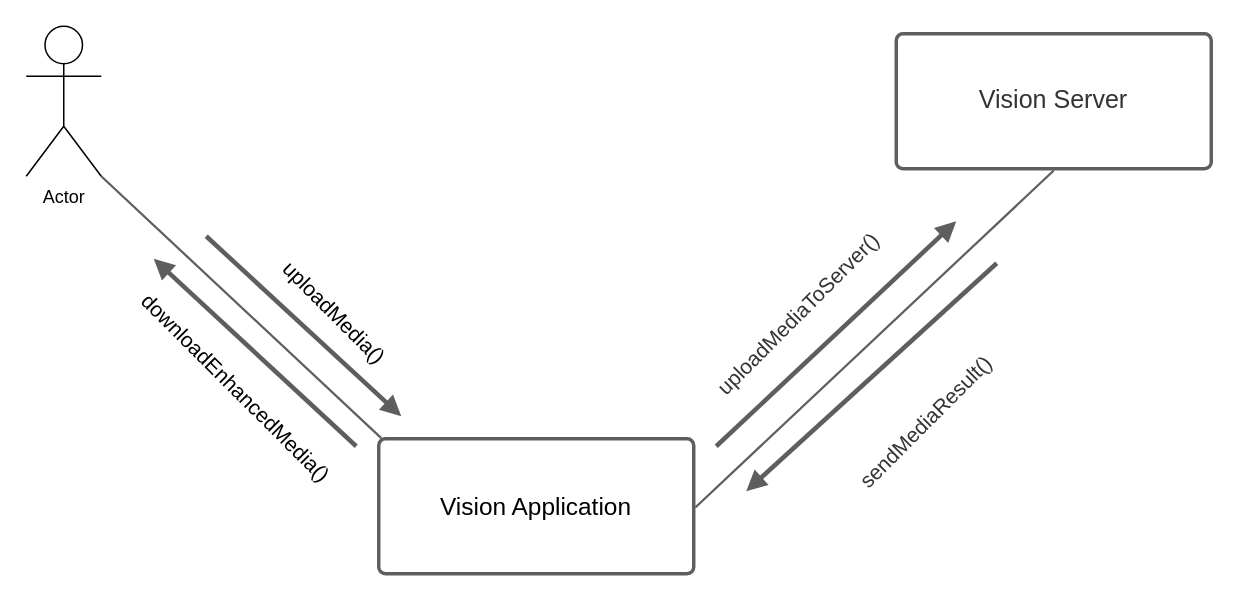
Before: Models/drawing/CommunicationDiagram.drawio in MrMoon/Vision, a draw.io diagram. Source tidied: cells renumbered, new cells numbered last; positions are measured from the earlier drawing's top-left corner, leaving out a move shared by most shapes. Both pictures are drawn from the tidied source at 150%, with x=0, y=0 at pixel (26, 26).
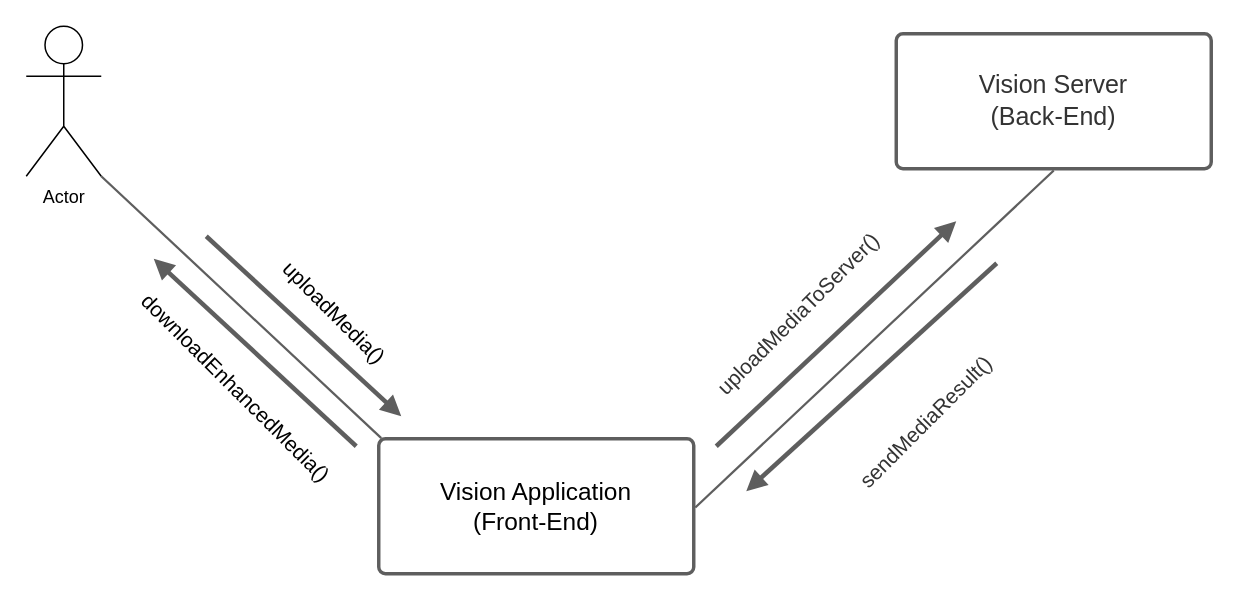
After the change.

What changed in the source:
```diff
@@
-    <mxCell id="2" value="Vision Application" style="html=1;overflow=block;blockSpacing=1;whiteSpace=wrap;whiteSpace=wrap;fontSize=16.3;fontColor=#000000;spacing=9;strokeColor=#5e5e5e;strokeOpacity=100;rounded=1;absoluteArcSize=1;arcSize=9;strokeWidth=2.3;" parent="1" vertex="1">
+    <mxCell id="2" value="Vision Application &lt;br&gt;(Front-End)" style="html=1;overflow=block;blockSpacing=1;whiteSpace=wrap;whiteSpace=wrap;fontSize=16.3;fontColor=#000000;spacing=9;strokeColor=#5e5e5e;strokeOpacity=100;rounded=1;absoluteArcSize=1;arcSize=9;strokeWidth=2.3;" parent="1" vertex="1">
       <mxGeometry x="235" y="275" width="210" height="90" as="geometry" />
     </mxCell>
-    <mxCell id="3" value="Vision Server" style="html=1;overflow=block;blockSpacing=1;whiteSpace=wrap;whiteSpace=wrap;fontSize=16.7;fontColor=#333333;spacing=9;strokeColor=#5e5e5e;strokeOpacity=100;rounded=1;absoluteArcSize=1;arcSize=9;strokeWidth=2.3;" parent="1" vertex="1">
+    <mxCell id="3" value="Vision Server&lt;br&gt;(Back-End)" style="html=1;overflow=block;blockSpacing=1;whiteSpace=wrap;whiteSpace=wrap;fontSize=16.7;fontColor=#333333;spacing=9;strokeColor=#5e5e5e;strokeOpacity=100;rounded=1;absoluteArcSize=1;arcSize=9;strokeWidth=2.3;" parent="1" vertex="1">
       <mxGeometry x="580" y="5" width="210" height="90" as="geometry" />
     </mxCell>
```
